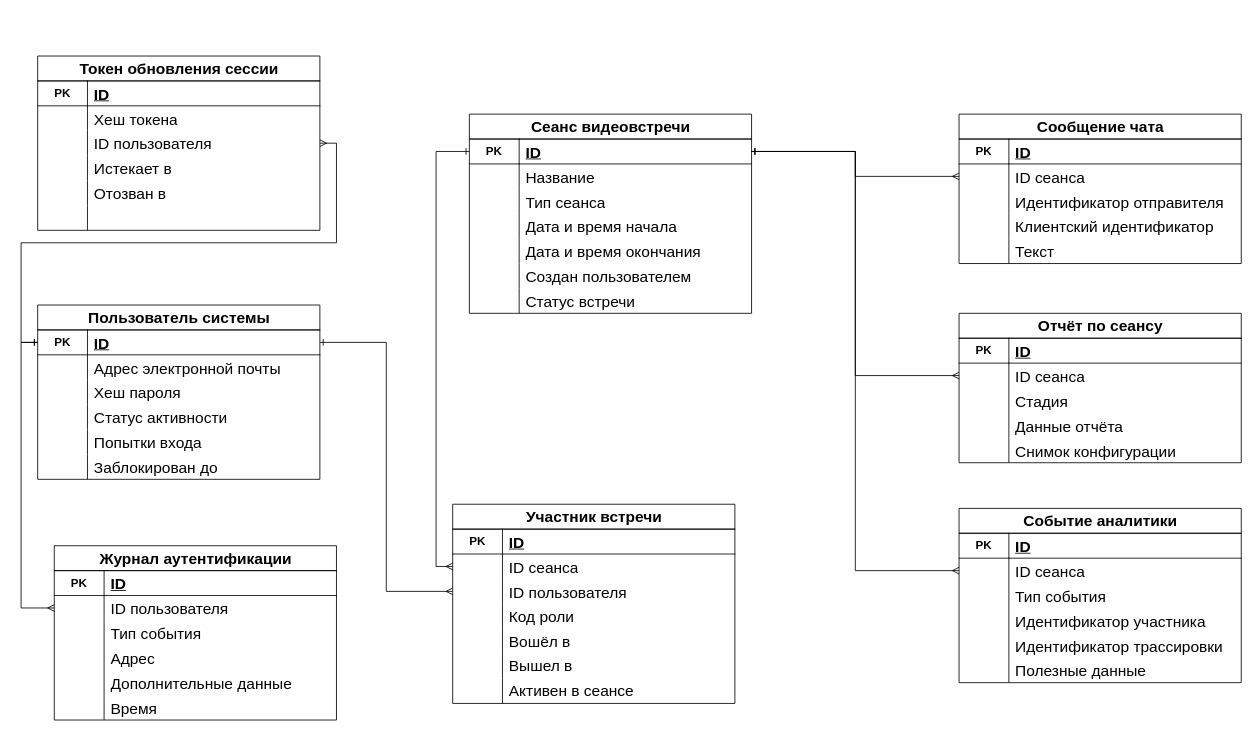
The draw.io diagram вкр/log/log.drawio in Hetsunya/diplom, before the edit. Source tidied: cells renumbered, new cells numbered last; positions are measured from the earlier drawing's top-left corner, leaving out a move shared by most shapes. Both pictures are drawn from the tidied source at 83%, with x=0, y=0 at pixel (37, 56).
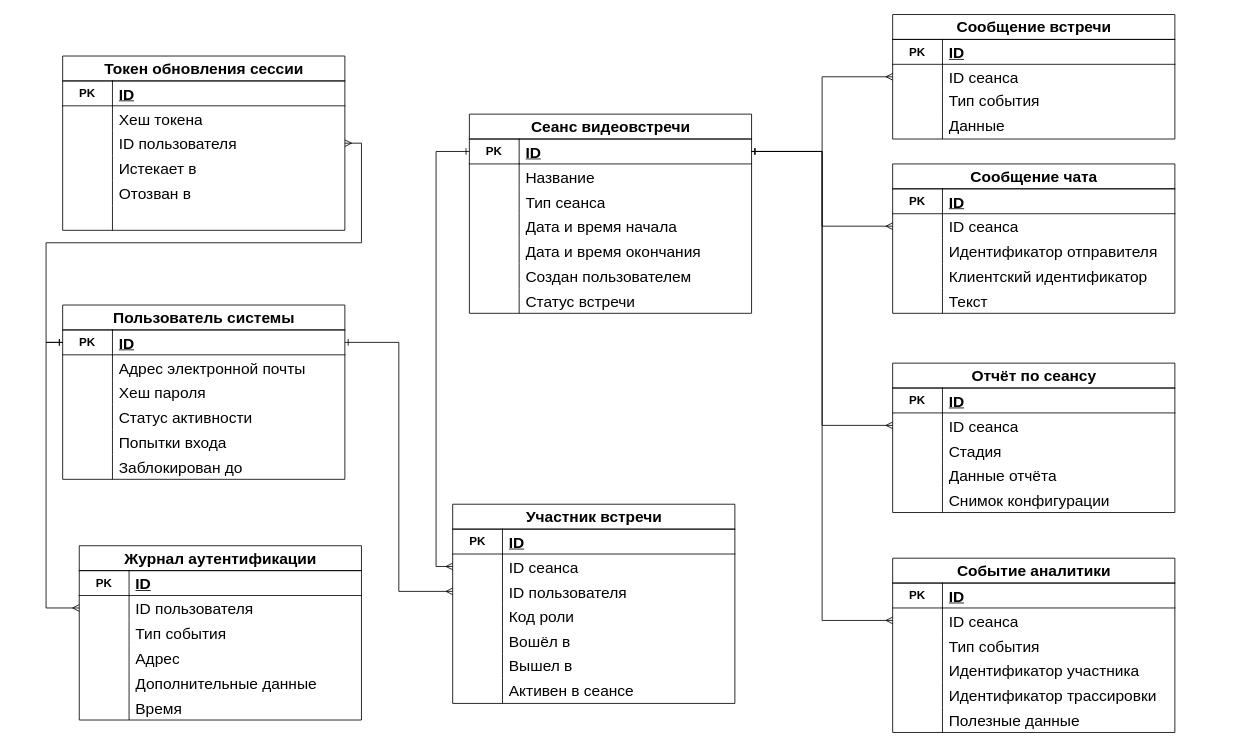
Above is the later version.

The change refers to these unchanged cells:
```xml
<mxCell id="60" style="shape=tableRow;horizontal=1;startSize=0;swimlaneHead=0;swimlaneBody=0;fillColor=none;points=[[0,0.5],[1,0.5]];portConstraint=eastwest;top=0;left=0;right=0;bottom=0;verticalAlign=middle;spacingTop=0;html=1;fontSize=14;fontColor=light-dark(default, #ffffff);strokeColor=light-dark(#000000,#FFFFFF);" parent="59" vertex="1">
  <mxGeometry y="30" width="340" height="30" as="geometry" />
</mxCell>
```

What changed in the source:
```diff
@@
     <mxCell id="2" value="&lt;strong&gt;&lt;span style=&quot;font-size: 14pt; line-height: 150%;&quot;&gt;Пользователь системы&lt;/span&gt;&lt;/strong&gt;&lt;span style=&quot;font-size:14.0pt;line-height:150%;font-family:&amp;quot;Times New Roman&amp;quot;,serif;&lt;br/&gt;mso-ascii-theme-font:major-latin;mso-fareast-font-family:&amp;quot;Microsoft YaHei&amp;quot;;&lt;br/&gt;mso-hansi-theme-font:major-latin;mso-bidi-theme-font:major-latin;mso-ansi-language:&lt;br/&gt;RU;mso-fareast-language:RU;mso-bidi-language:AR-SA&quot;&gt;&lt;/span&gt;" style="shape=table;startSize=30;childLayout=tableLayout;rowLines=0;fontStyle=1;align=center;verticalAlign=middle;horizontal=1;spacingTop=0;html=1;fontSize=14;fontColor=light-dark(default, #ffffff);strokeColor=light-dark(#000000,#FFFFFF);" parent="1" vertex="1">
-      <mxGeometry x="-0.1" y="300" width="340" height="210" as="geometry" />
+      <mxGeometry x="30" y="300" width="340" height="210" as="geometry" />
     </mxCell>
@@
     <mxCell id="21" value="&lt;strong&gt;&lt;span style=&quot;font-size: 14pt;&quot;&gt;Токен обновления сессии&lt;/span&gt;&lt;/strong&gt;&lt;span style=&quot;font-size:14.0pt;line-height:150%;font-family:&amp;quot;Times New Roman&amp;quot;,serif;&lt;br/&gt;mso-ascii-theme-font:major-latin;mso-fareast-font-family:&amp;quot;Microsoft YaHei&amp;quot;;&lt;br/&gt;mso-hansi-theme-font:major-latin;mso-bidi-theme-font:major-latin;mso-ansi-language:&lt;br/&gt;RU;mso-fareast-language:RU;mso-bidi-language:AR-SA&quot;&gt;&lt;/span&gt;" style="shape=table;startSize=30;childLayout=tableLayout;rowLines=0;fontStyle=1;align=center;verticalAlign=middle;horizontal=1;spacingTop=0;html=1;fontSize=14;fontColor=light-dark(default, #ffffff);strokeColor=light-dark(#000000,#FFFFFF);" parent="1" vertex="1">
-      <mxGeometry x="-0.1" width="340" height="210" as="geometry" />
+      <mxGeometry x="30" width="340" height="210" as="geometry" />
     </mxCell>
@@
     <mxCell id="40" value="&lt;strong&gt;&lt;span style=&quot;font-size: 14pt;&quot;&gt;Журнал аутентификации&lt;/span&gt;&lt;/strong&gt;&lt;span style=&quot;font-size:14.0pt;line-height:150%;font-family:&amp;quot;Times New Roman&amp;quot;,serif;&lt;br/&gt;mso-ascii-theme-font:major-latin;mso-fareast-font-family:&amp;quot;Microsoft YaHei&amp;quot;;&lt;br/&gt;mso-hansi-theme-font:major-latin;mso-bidi-theme-font:major-latin;mso-ansi-language:&lt;br/&gt;RU;mso-fareast-language:RU;mso-bidi-language:AR-SA&quot;&gt;&lt;/span&gt;" style="shape=table;startSize=30;childLayout=tableLayout;rowLines=0;fontStyle=1;align=center;verticalAlign=middle;horizontal=1;spacingTop=0;html=1;fontSize=14;fontColor=light-dark(default, #ffffff);strokeColor=light-dark(#000000,#FFFFFF);" parent="1" vertex="1">
-      <mxGeometry x="19.9" y="590" width="340" height="210" as="geometry" />
+      <mxGeometry x="50" y="590" width="340" height="210" as="geometry" />
     </mxCell>
@@
     <mxCell id="81" value="&lt;strong&gt;&lt;span style=&quot;font-size: 14pt;&quot;&gt;Сообщение чата&lt;/span&gt;&lt;/strong&gt;&lt;span style=&quot;font-size:14.0pt;line-height:150%;font-family:&amp;quot;Times New Roman&amp;quot;,serif;&lt;br/&gt;mso-ascii-theme-font:major-latin;mso-fareast-font-family:&amp;quot;Microsoft YaHei&amp;quot;;&lt;br/&gt;mso-hansi-theme-font:major-latin;mso-bidi-theme-font:major-latin;mso-ansi-language:&lt;br/&gt;RU;mso-fareast-language:RU;mso-bidi-language:AR-SA&quot;&gt;&lt;/span&gt;" style="shape=table;startSize=30;childLayout=tableLayout;rowLines=0;fontStyle=1;align=center;verticalAlign=middle;horizontal=1;spacingTop=0;html=1;fontSize=14;fontColor=light-dark(default, #ffffff);strokeColor=light-dark(#000000,#FFFFFF);" parent="1" vertex="1">
-      <mxGeometry x="1110" y="70" width="340" height="180" as="geometry" />
+      <mxGeometry x="1030" y="130" width="340" height="180" as="geometry" />
     </mxCell>
@@
     <mxCell id="97" value="&lt;strong&gt;&lt;span style=&quot;font-size: 14pt;&quot;&gt;Отчёт по сеансу&lt;/span&gt;&lt;/strong&gt;&lt;span style=&quot;font-size:14.0pt;line-height:150%;font-family:&amp;quot;Times New Roman&amp;quot;,serif;&lt;br/&gt;mso-ascii-theme-font:major-latin;mso-fareast-font-family:&amp;quot;Microsoft YaHei&amp;quot;;&lt;br/&gt;mso-hansi-theme-font:major-latin;mso-bidi-theme-font:major-latin;mso-ansi-language:&lt;br/&gt;RU;mso-fareast-language:RU;mso-bidi-language:AR-SA&quot;&gt;&lt;/span&gt;" style="shape=table;startSize=30;childLayout=tableLayout;rowLines=0;fontStyle=1;align=center;verticalAlign=middle;horizontal=1;spacingTop=0;html=1;fontSize=14;fontColor=light-dark(default, #ffffff);strokeColor=light-dark(#000000,#FFFFFF);" parent="1" vertex="1">
-      <mxGeometry x="1110" y="310" width="340" height="180" as="geometry" />
+      <mxGeometry x="1030" y="370" width="340" height="180" as="geometry" />
     </mxCell>
@@
     <mxCell id="113" value="&lt;strong&gt;&lt;span style=&quot;font-size: 14pt;&quot;&gt;Событие аналитики&lt;/span&gt;&lt;/strong&gt;&lt;span style=&quot;font-size:14.0pt;line-height:150%;font-family:&amp;quot;Times New Roman&amp;quot;,serif;&lt;br/&gt;mso-ascii-theme-font:major-latin;mso-fareast-font-family:&amp;quot;Microsoft YaHei&amp;quot;;&lt;br/&gt;mso-hansi-theme-font:major-latin;mso-bidi-theme-font:major-latin;mso-ansi-language:&lt;br/&gt;RU;mso-fareast-language:RU;mso-bidi-language:AR-SA&quot;&gt;&lt;/span&gt;" style="shape=table;startSize=30;childLayout=tableLayout;rowLines=0;fontStyle=1;align=center;verticalAlign=middle;horizontal=1;spacingTop=0;html=1;fontSize=14;fontColor=light-dark(default, #ffffff);strokeColor=light-dark(#000000,#FFFFFF);" parent="1" vertex="1">
-      <mxGeometry x="1110" y="545" width="340" height="210" as="geometry" />
+      <mxGeometry x="1030" y="605" width="340" height="210" as="geometry" />
     </mxCell>
@@
+    <mxCell id="161" style="edgeStyle=orthogonalEdgeStyle;rounded=0;jettySize=auto;html=1;entryX=0;entryY=0.5;entryDx=0;entryDy=0;endArrow=ERmany;endFill=0;" parent="1" edge="1" source="60" target="166">
+      <mxGeometry relative="1" as="geometry" />
+    </mxCell>
+    <mxCell id="162" value="&lt;strong&gt;&lt;span style=&quot;font-size: 14pt;&quot;&gt;Сообщение встречи&lt;/span&gt;&lt;/strong&gt;" style="shape=table;startSize=30;childLayout=tableLayout;rowLines=0;fontStyle=1;align=center;verticalAlign=middle;horizontal=1;spacingTop=0;html=1;fontSize=14;fontColor=light-dark(default, #ffffff);strokeColor=light-dark(#000000,#FFFFFF);" parent="1" vertex="1">
+      <mxGeometry x="1030" y="-50" width="340" height="150" as="geometry" />
+    </mxCell>
+    <mxCell id="163" style="shape=tableRow;horizontal=1;startSize=0;swimlaneHead=0;swimlaneBody=0;fillColor=none;top=0;left=0;right=0;bottom=0;verticalAlign=middle;spacingTop=0;html=1;fontSize=14;fontColor=light-dark(default, #ffffff);strokeColor=light-dark(#000000,#FFFFFF);" parent="162" vertex="1">
+      <mxGeometry y="30" width="340" height="30" as="geometry" />
+    </mxCell>
+    <mxCell id="164" value="PK" style="shape=partialRectangle;fillColor=none;top=1;left=0;bottom=1;right=0;fontStyle=1;overflow=hidden;verticalAlign=middle;horizontal=1;spacingTop=0;html=1;fontSize=14;fontColor=light-dark(default, #ffffff);strokeColor=light-dark(#000000,#FFFFFF);" parent="163" vertex="1">
+      <mxGeometry width="60" height="30" as="geometry" />
+    </mxCell>
+    <mxCell id="165" value="&lt;span style=&quot;font-size:14.0pt;line-height:150%;&lt;br/&gt;font-family:&amp;quot;Times New Roman&amp;quot;,serif;mso-ascii-theme-font:major-latin;&lt;br/&gt;mso-fareast-font-family:&amp;quot;Times New Roman&amp;quot;;mso-hansi-theme-font:major-latin;&lt;br/&gt;mso-bidi-theme-font:major-latin;mso-ansi-language:RU;mso-fareast-language:RU;&lt;br/&gt;mso-bidi-language:AR-SA&quot;&gt;ID&lt;/span&gt;" style="shape=partialRectangle;fillColor=none;top=1;left=0;bottom=1;right=0;align=left;spacingLeft=6;fontStyle=5;overflow=hidden;verticalAlign=middle;horizontal=1;spacingTop=0;html=1;fontSize=14;fontColor=light-dark(default, #ffffff);strokeColor=light-dark(#000000,#FFFFFF);" parent="163" vertex="1">
+      <mxGeometry x="60" width="280" height="30" as="geometry" />
+    </mxCell>
+    <mxCell id="166" style="shape=tableRow;horizontal=1;startSize=0;swimlaneHead=0;swimlaneBody=0;fillColor=none;points=[[0,0.5],[1,0.5]];portConstraint=eastwest;top=0;left=0;right=0;bottom=0;verticalAlign=middle;spacingTop=0;html=1;fontSize=14;fontColor=light-dark(default, #ffffff);strokeColor=light-dark(#000000,#FFFFFF);" parent="162" vertex="1">
+      <mxGeometry y="60" width="340" height="30" as="geometry" />
+    </mxCell>
+    <mxCell id="167" style="shape=partialRectangle;fillColor=none;top=0;left=0;bottom=0;right=0;overflow=hidden;verticalAlign=middle;horizontal=1;spacingTop=0;html=1;fontSize=14;fontColor=light-dark(default, #ffffff);strokeColor=light-dark(#000000,#FFFFFF);" parent="166" vertex="1">
+      <mxGeometry width="60" height="30" as="geometry" />
+    </mxCell>
+    <mxCell id="168" value="&lt;span style=&quot;font-size:14.0pt;line-height:150%;&lt;br/&gt;font-family:&amp;quot;Times New Roman&amp;quot;,serif;mso-ascii-theme-font:major-latin;&lt;br/&gt;mso-fareast-font-family:&amp;quot;Times New Roman&amp;quot;;mso-hansi-theme-font:major-latin;&lt;br/&gt;mso-bidi-theme-font:major-latin;mso-ansi-language:RU;mso-fareast-language:RU;&lt;br/&gt;mso-bidi-language:AR-SA&quot;&gt;ID сеанса&lt;/span&gt;" style="shape=partialRectangle;fillColor=none;top=0;left=0;bottom=0;right=0;align=left;spacingLeft=6;overflow=hidden;verticalAlign=middle;horizontal=1;spacingTop=0;html=1;fontSize=14;fontColor=light-dark(default, #ffffff);strokeColor=light-dark(#000000,#FFFFFF);" parent="166" vertex="1">
+      <mxGeometry x="60" width="280" height="30" as="geometry" />
+    </mxCell>
+    <mxCell id="169" style="shape=tableRow;horizontal=1;startSize=0;swimlaneHead=0;swimlaneBody=0;fillColor=none;top=0;left=0;right=0;bottom=0;verticalAlign=middle;spacingTop=0;html=1;fontSize=14;fontColor=light-dark(default, #ffffff);strokeColor=light-dark(#000000,#FFFFFF);" parent="162" vertex="1">
+      <mxGeometry y="90" width="340" height="30" as="geometry" />
+    </mxCell>
+    <mxCell id="170" style="shape=partialRectangle;fillColor=none;top=0;left=0;bottom=0;right=0;overflow=hidden;verticalAlign=middle;horizontal=1;spacingTop=0;html=1;fontSize=14;fontColor=light-dark(default, #ffffff);strokeColor=light-dark(#000000,#FFFFFF);" parent="169" vertex="1">
+      <mxGeometry width="60" height="30" as="geometry" />
+    </mxCell>
+    <mxCell id="171" value="&lt;span style=&quot;font-size: 14pt;&quot;&gt;Тип события&amp;nbsp;&lt;/span&gt;" style="shape=partialRectangle;fillColor=none;top=0;left=0;bottom=0;right=0;align=left;spacingLeft=6;overflow=hidden;verticalAlign=middle;horizontal=1;spacingTop=0;html=1;fontSize=14;fontColor=light-dark(default, #ffffff);strokeColor=light-dark(#000000,#FFFFFF);" parent="169" vertex="1">
+      <mxGeometry x="60" width="280" height="30" as="geometry" />
+    </mxCell>
+    <mxCell id="172" style="shape=tableRow;horizontal=1;startSize=0;swimlaneHead=0;swimlaneBody=0;fillColor=none;top=0;left=0;right=0;bottom=0;verticalAlign=middle;spacingTop=0;fontSize=14;fontColor=light-dark(default, #ffffff);strokeColor=light-dark(#000000,#FFFFFF);html=1;" parent="162" vertex="1">
+      <mxGeometry y="120" width="340" height="30" as="geometry" />
+    </mxCell>
+    <mxCell id="173" style="shape=partialRectangle;fillColor=none;top=0;left=0;bottom=0;right=0;overflow=hidden;verticalAlign=middle;horizontal=1;spacingTop=0;html=1;fontSize=14;fontColor=light-dark(default, #ffffff);strokeColor=light-dark(#000000,#FFFFFF);" parent="172" vertex="1">
+      <mxGeometry width="60" height="30" as="geometry" />
+    </mxCell>
+    <mxCell id="174" value="&lt;span style=&quot;font-size: 14pt;&quot;&gt;Данные&amp;nbsp;&lt;/span&gt;" style="shape=partialRectangle;fillColor=none;top=0;left=0;bottom=0;right=0;align=left;spacingLeft=6;overflow=hidden;verticalAlign=middle;horizontal=1;spacingTop=0;html=1;fontSize=14;fontColor=light-dark(default, #ffffff);strokeColor=light-dark(#000000,#FFFFFF);" parent="172" vertex="1">
+      <mxGeometry x="60" width="280" height="30" as="geometry" />
+    </mxCell>
```
